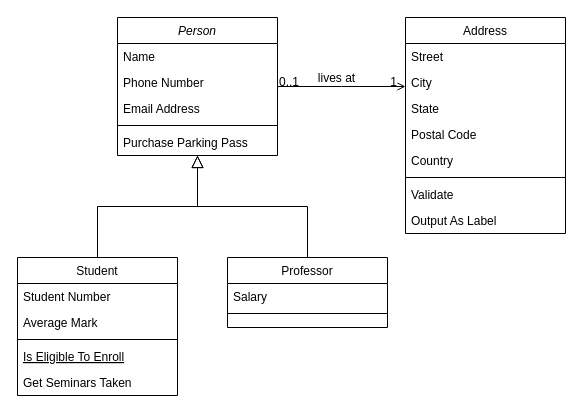
Before: 제목 없는 다이어그램.drawio in aryumka/core, a draw.io diagram. Source tidied: cells renumbered, new cells numbered last; positions are measured from the earlier drawing's top-left corner, leaving out a move shared by most shapes. Both pictures are drawn from the tidied source at 100%, with x=0, y=0 at pixel (17, 17).
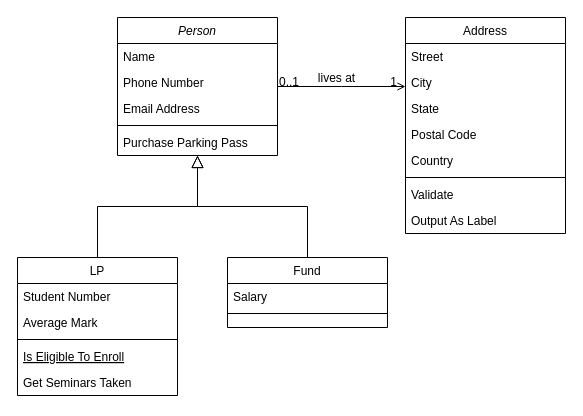
Above is the later version.

The edit, as a diff of the source:
```diff
@@
-    <mxCell id="8" value="Student" style="swimlane;fontStyle=0;align=center;verticalAlign=top;horizontal=1;startSize=26;rounded=0;shadow=0;strokeWidth=1;" parent="1" vertex="1">
+    <mxCell id="8" value="LP" style="swimlane;fontStyle=0;align=center;verticalAlign=top;horizontal=1;startSize=26;rounded=0;shadow=0;strokeWidth=1;" parent="1" vertex="1">
       <mxGeometry y="240" width="160" height="138" as="geometry" />
     </mxCell>
@@
-    <mxCell id="15" value="Professor" style="swimlane;fontStyle=0;align=center;verticalAlign=top;horizontal=1;startSize=26;rounded=0;shadow=0;strokeWidth=1;" parent="1" vertex="1">
+    <mxCell id="15" value="Fund" style="swimlane;fontStyle=0;align=center;verticalAlign=top;horizontal=1;startSize=26;rounded=0;shadow=0;strokeWidth=1;" parent="1" vertex="1">
       <mxGeometry x="210" y="240" width="160" height="70" as="geometry" />
     </mxCell>
```
